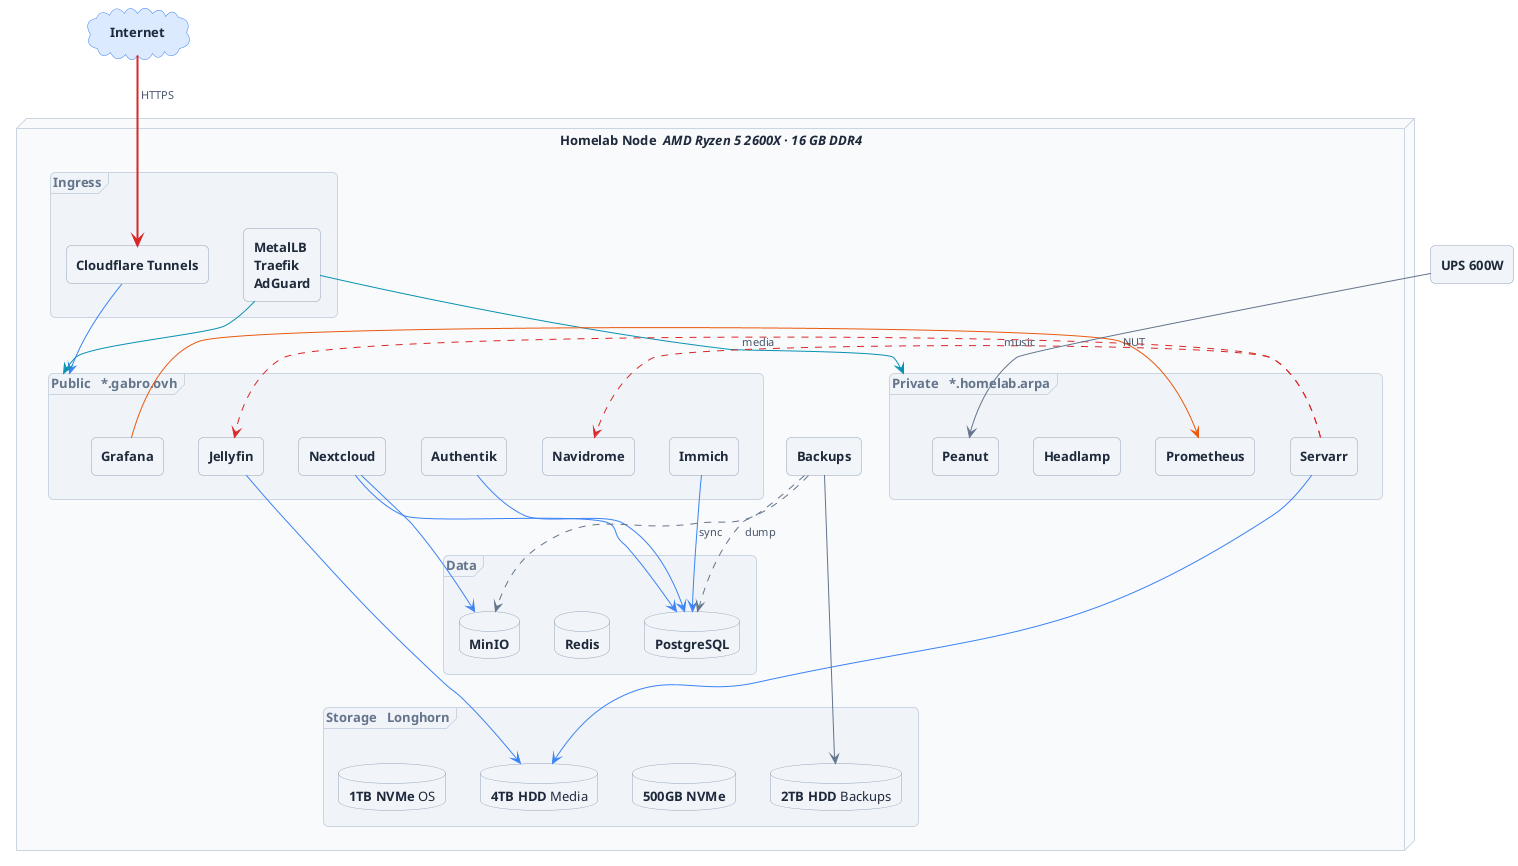
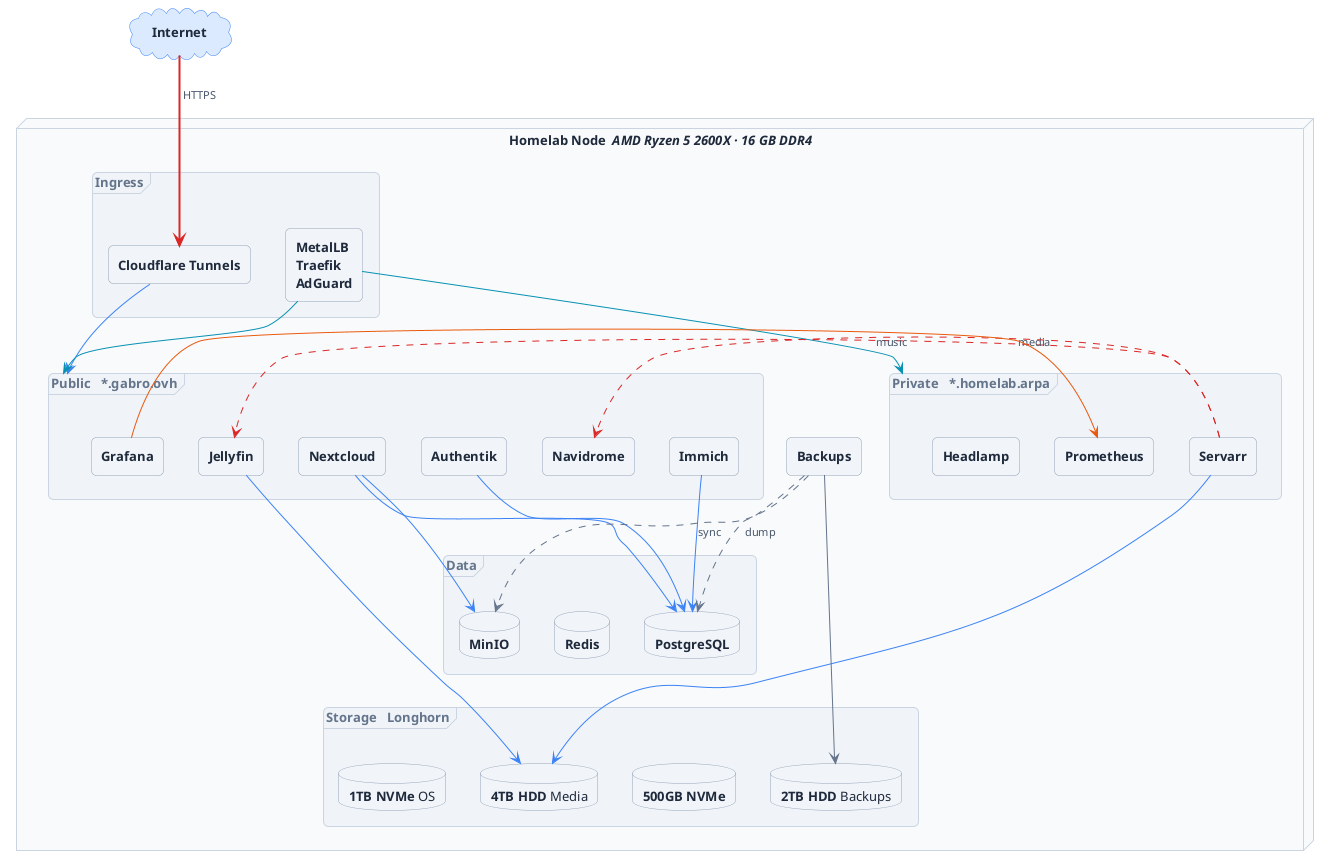
@startuml cluster-schema-light
skinparam backgroundColor #ffffff
skinparam defaultFontColor #1e293b
skinparam defaultFontName "Segoe UI"
skinparam defaultFontSize 13
skinparam shadowing false
skinparam roundCorner 10
skinparam rectangle {
  backgroundColor #f1f5f9
  borderColor #94a3b8
  fontColor #1e293b
}
skinparam database {
  backgroundColor #f1f5f9
  borderColor #94a3b8
  fontColor #1e293b
}
skinparam cloud {
  backgroundColor #dbeafe
  borderColor #3b82f6
  fontColor #1e293b
}
skinparam node {
  backgroundColor #f8fafc
  borderColor #cbd5e1
  fontColor #1e293b
}
skinparam frame {
  backgroundColor #f0f4f8
  borderColor #cbd5e1
  fontColor #64748b
}
skinparam arrow {
  color #64748b
  fontColor #475569
  fontSize 11
}
cloud "  **Internet**  " as inet
node "  **Homelab Node**  //AMD Ryzen 5 2600X · 16 GB DDR4//  " {
  frame "Ingress" {
    rectangle "**Cloudflare Tunnels**" as cf
    rectangle "**MetalLB** \n**Traefik**\n**AdGuard**" as netstack
  }
  frame "Public   *.gabro.ovh" as pubframe {
    rectangle "**Jellyfin**" as jf
    rectangle "**Nextcloud**" as nc
    rectangle "**Immich**" as im
    rectangle "**Navidrome**" as nv
    rectangle "**Authentik**" as auth
    rectangle "**Grafana**" as graf
  }
  frame "Private   *.homelab.arpa" as privframe {
    rectangle "**Servarr**" as sarr
    rectangle "**Prometheus**" as prom
    rectangle "**Headlamp**" as hl
-     rectangle "**Peanut**" as pnut
  }
  frame "Data" {
    database "**PostgreSQL**" as pg
    database "**Redis**" as rd
    database "**MinIO**" as s3
  }
  frame "Storage   Longhorn" {
    database "**1TB NVMe** OS" as d1
    database "**500GB NVMe**" as d2
    database "**4TB HDD** Media" as d3
    database "**2TB HDD** Backups" as d4
  }
  rectangle "**Backups**" as bkp
}
- rectangle "**UPS 600W**" as ups
' ─── Ordering ───
cf -[hidden]down-> jf
nc -[hidden]down-> sarr
sarr -[hidden]down-> pg
pg -[hidden]down-> d1
' ─── Connections ───
inet -[#dc2626,bold]down-> cf : " HTTPS"
cf -[#3b82f6]down-> pubframe
netstack -[#0891b2]down-> pubframe
netstack -[#0891b2]down-> privframe
sarr .[#dc2626].> jf : " media"
sarr .[#dc2626].> nv : " music"
graf -[#ea580c]-> prom
nc -[#3b82f6]down-> pg
nc -[#3b82f6]down-> s3
im -[#3b82f6]down-> pg
auth -[#3b82f6]down-> pg
jf -[#3b82f6]down-> d3
sarr -[#3b82f6]down-> d3
bkp -[#64748b]-> d4
bkp .[#64748b].> pg : " dump"
bkp .[#64748b].> s3 : " sync"
- ups -[#64748b]-> pnut : " NUT"
@enduml
